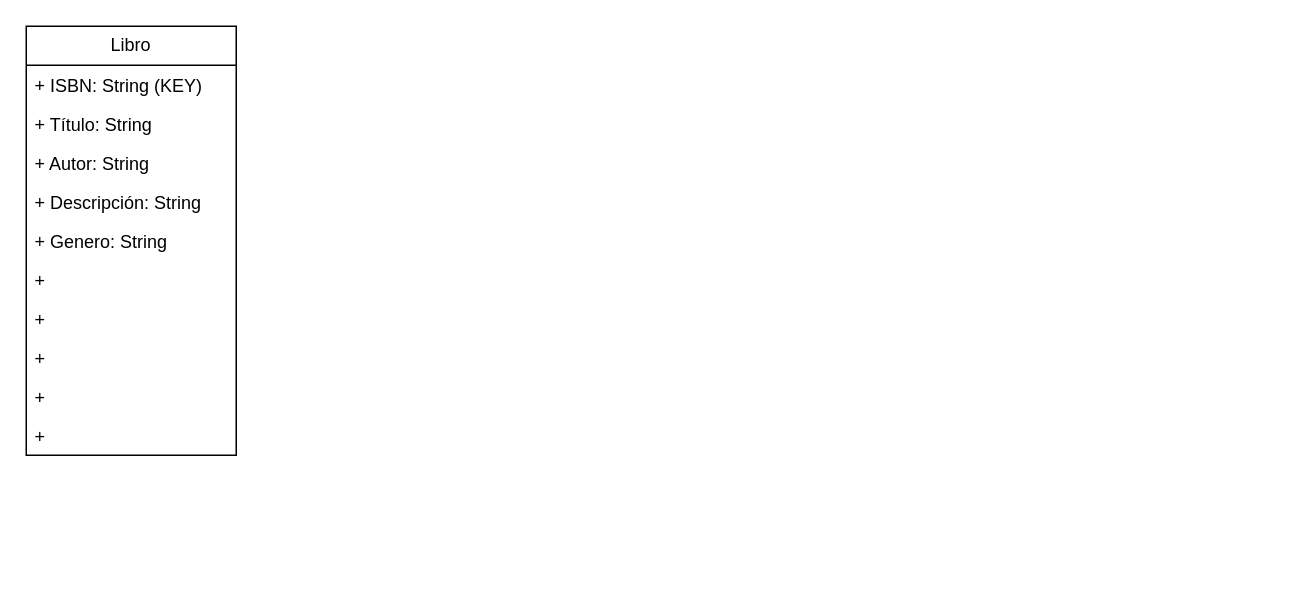
The draw.io diagram diagramaDeClases.drawio in AlbertSchmalbachP/Liberium, before the edit. Source tidied: cells renumbered, new cells numbered last; positions are measured from the earlier drawing's top-left corner, leaving out a move shared by most shapes. Both pictures are drawn from the tidied source at 150%, with x=0, y=0 at pixel (26, 26).
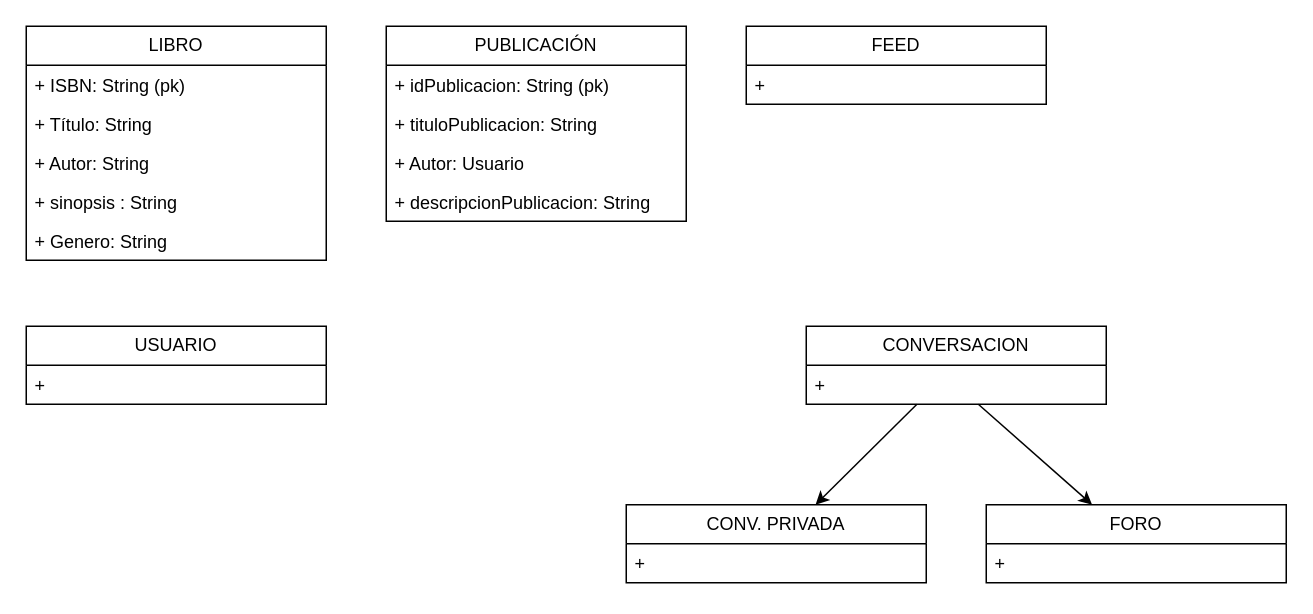
After the change.

Commit message:
añadir posibles futuras entidades al diagrama de clases

The edit, as a diff of the source:
```diff
@@
-    <mxCell id="2" value="Libro" style="swimlane;fontStyle=0;horizontal=1;startSize=26;fillColor=none;whiteSpace=wrap;html=1;" parent="1" vertex="1">
-      <mxGeometry width="140" height="286" as="geometry" />
+    <mxCell id="2" value="LIBRO" style="swimlane;fontStyle=0;horizontal=1;startSize=26;fillColor=none;whiteSpace=wrap;html=1;" parent="1" vertex="1">
+      <mxGeometry width="200" height="156" as="geometry" />
     </mxCell>
-    <mxCell id="3" value="+ ISBN: String (KEY)" style="text;strokeColor=none;fillColor=none;align=left;verticalAlign=top;spacingLeft=4;spacingRight=4;overflow=hidden;whiteSpace=wrap;html=1;" parent="2" vertex="1">
-      <mxGeometry y="26" width="140" height="26" as="geometry" />
+    <mxCell id="3" value="+ ISBN: String (pk)" style="text;strokeColor=none;fillColor=none;align=left;verticalAlign=top;spacingLeft=4;spacingRight=4;overflow=hidden;whiteSpace=wrap;html=1;" parent="2" vertex="1">
+      <mxGeometry y="26" width="200" height="26" as="geometry" />
     </mxCell>
     <mxCell id="4" value="+ Título: String" style="text;strokeColor=none;fillColor=none;align=left;verticalAlign=top;spacingLeft=4;spacingRight=4;overflow=hidden;whiteSpace=wrap;html=1;" parent="2" vertex="1">
-      <mxGeometry y="52" width="140" height="26" as="geometry" />
+      <mxGeometry y="52" width="200" height="26" as="geometry" />
     </mxCell>
     <mxCell id="5" value="+ Autor: String" style="text;strokeColor=none;fillColor=none;align=left;verticalAlign=top;spacingLeft=4;spacingRight=4;overflow=hidden;whiteSpace=wrap;html=1;" parent="2" vertex="1">
-      <mxGeometry y="78" width="140" height="26" as="geometry" />
+      <mxGeometry y="78" width="200" height="26" as="geometry" />
     </mxCell>
-    <mxCell id="6" value="+ Descripción: String" style="text;strokeColor=none;fillColor=none;align=left;verticalAlign=top;spacingLeft=4;spacingRight=4;overflow=hidden;whiteSpace=wrap;html=1;" parent="2" vertex="1">
-      <mxGeometry y="104" width="140" height="26" as="geometry" />
+    <mxCell id="6" value="+ sinopsis : String" style="text;strokeColor=none;fillColor=none;align=left;verticalAlign=top;spacingLeft=4;spacingRight=4;overflow=hidden;whiteSpace=wrap;html=1;" parent="2" vertex="1">
+      <mxGeometry y="104" width="200" height="26" as="geometry" />
     </mxCell>
     <mxCell id="7" value="+ Genero: String" style="text;strokeColor=none;fillColor=none;align=left;verticalAlign=top;spacingLeft=4;spacingRight=4;overflow=hidden;whiteSpace=wrap;html=1;" parent="2" vertex="1">
-      <mxGeometry y="130" width="140" height="26" as="geometry" />
+      <mxGeometry y="130" width="200" height="26" as="geometry" />
     </mxCell>
-    <mxCell id="8" value="+&amp;nbsp;" style="text;strokeColor=none;fillColor=none;align=left;verticalAlign=top;spacingLeft=4;spacingRight=4;overflow=hidden;whiteSpace=wrap;html=1;" parent="2" vertex="1">
-      <mxGeometry y="156" width="140" height="26" as="geometry" />
-    </mxCell>
-    <mxCell id="9" value="+&amp;nbsp;" style="text;strokeColor=none;fillColor=none;align=left;verticalAlign=top;spacingLeft=4;spacingRight=4;overflow=hidden;whiteSpace=wrap;html=1;" parent="2" vertex="1">
-      <mxGeometry y="182" width="140" height="26" as="geometry" />
-    </mxCell>
-    <mxCell id="10" value="+&amp;nbsp;" style="text;strokeColor=none;fillColor=none;align=left;verticalAlign=top;spacingLeft=4;spacingRight=4;overflow=hidden;whiteSpace=wrap;html=1;" parent="2" vertex="1">
-      <mxGeometry y="208" width="140" height="26" as="geometry" />
-    </mxCell>
-    <mxCell id="11" value="+&amp;nbsp;" style="text;strokeColor=none;fillColor=none;align=left;verticalAlign=top;spacingLeft=4;spacingRight=4;overflow=hidden;whiteSpace=wrap;html=1;" parent="2" vertex="1">
-      <mxGeometry y="234" width="140" height="26" as="geometry" />
-    </mxCell>
-    <mxCell id="12" value="+&amp;nbsp;" style="text;strokeColor=none;fillColor=none;align=left;verticalAlign=top;spacingLeft=4;spacingRight=4;overflow=hidden;whiteSpace=wrap;html=1;" parent="2" vertex="1">
-      <mxGeometry y="260" width="140" height="26" as="geometry" />
-    </mxCell>
+    <mxCell id="13" value="PUBLICACIÓN" style="swimlane;fontStyle=0;horizontal=1;startSize=26;fillColor=none;whiteSpace=wrap;html=1;" parent="1" vertex="1">
+      <mxGeometry x="240" width="200" height="130" as="geometry" />
+    </mxCell>
+    <mxCell id="14" value="+ idPublicacion: String (pk)" style="text;strokeColor=none;fillColor=none;align=left;verticalAlign=top;spacingLeft=4;spacingRight=4;overflow=hidden;whiteSpace=wrap;html=1;" parent="13" vertex="1">
+      <mxGeometry y="26" width="200" height="26" as="geometry" />
+    </mxCell>
+    <mxCell id="15" value="+ tituloPublicacion: String" style="text;strokeColor=none;fillColor=none;align=left;verticalAlign=top;spacingLeft=4;spacingRight=4;overflow=hidden;whiteSpace=wrap;html=1;" parent="13" vertex="1">
+      <mxGeometry y="52" width="200" height="26" as="geometry" />
+    </mxCell>
+    <mxCell id="16" value="+ Autor: Usuario" style="text;strokeColor=none;fillColor=none;align=left;verticalAlign=top;spacingLeft=4;spacingRight=4;overflow=hidden;whiteSpace=wrap;html=1;" parent="13" vertex="1">
+      <mxGeometry y="78" width="200" height="26" as="geometry" />
+    </mxCell>
+    <mxCell id="17" value="+ descripcionPublicacion: String" style="text;strokeColor=none;fillColor=none;align=left;verticalAlign=top;spacingLeft=4;spacingRight=4;overflow=hidden;whiteSpace=wrap;html=1;" parent="13" vertex="1">
+      <mxGeometry y="104" width="200" height="26" as="geometry" />
+    </mxCell>
+    <mxCell id="18" value="USUARIO" style="swimlane;fontStyle=0;horizontal=1;startSize=26;fillColor=none;whiteSpace=wrap;html=1;" parent="1" vertex="1">
+      <mxGeometry y="200" width="200" height="52" as="geometry" />
+    </mxCell>
+    <mxCell id="19" value="+&amp;nbsp;" style="text;strokeColor=none;fillColor=none;align=left;verticalAlign=top;spacingLeft=4;spacingRight=4;overflow=hidden;whiteSpace=wrap;html=1;" parent="18" vertex="1">
+      <mxGeometry y="26" width="200" height="26" as="geometry" />
+    </mxCell>
+    <mxCell id="20" style="edgeStyle=none;html=1;" parent="1" edge="1" source="21" target="23">
+      <mxGeometry relative="1" as="geometry" />
+    </mxCell>
+    <mxCell id="21" value="CONVERSACION" style="swimlane;fontStyle=0;horizontal=1;startSize=26;fillColor=none;whiteSpace=wrap;html=1;" parent="1" vertex="1">
+      <mxGeometry x="520" y="200" width="200" height="52" as="geometry" />
+    </mxCell>
+    <mxCell id="22" value="+&amp;nbsp;" style="text;strokeColor=none;fillColor=none;align=left;verticalAlign=top;spacingLeft=4;spacingRight=4;overflow=hidden;points=[[0,0.5],[1,0.5]];portConstraint=eastwest;whiteSpace=wrap;html=1;" parent="21" vertex="1">
+      <mxGeometry y="26" width="200" height="26" as="geometry" />
+    </mxCell>
+    <mxCell id="23" value="CONV. PRIVADA" style="swimlane;fontStyle=0;horizontal=1;startSize=26;fillColor=none;whiteSpace=wrap;html=1;" parent="1" vertex="1">
+      <mxGeometry x="400" y="319" width="200" height="52" as="geometry" />
+    </mxCell>
+    <mxCell id="24" value="+&amp;nbsp;" style="text;strokeColor=none;fillColor=none;align=left;verticalAlign=top;spacingLeft=4;spacingRight=4;overflow=hidden;whiteSpace=wrap;html=1;" parent="23" vertex="1">
+      <mxGeometry y="26" width="200" height="26" as="geometry" />
+    </mxCell>
+    <mxCell id="25" value="FORO" style="swimlane;fontStyle=0;horizontal=1;startSize=26;fillColor=none;whiteSpace=wrap;html=1;" parent="1" vertex="1">
+      <mxGeometry x="640" y="319" width="200" height="52" as="geometry" />
+    </mxCell>
+    <mxCell id="26" value="+&amp;nbsp;" style="text;strokeColor=none;fillColor=none;align=left;verticalAlign=top;spacingLeft=4;spacingRight=4;overflow=hidden;whiteSpace=wrap;html=1;" parent="25" vertex="1">
+      <mxGeometry y="26" width="200" height="26" as="geometry" />
+    </mxCell>
+    <mxCell id="27" style="edgeStyle=none;html=1;" parent="1" edge="1" source="22" target="25">
+      <mxGeometry relative="1" as="geometry" />
+    </mxCell>
+    <mxCell id="28" value="FEED" style="swimlane;fontStyle=0;horizontal=1;startSize=26;fillColor=none;whiteSpace=wrap;html=1;" parent="1" vertex="1">
+      <mxGeometry x="480" width="200" height="52" as="geometry" />
+    </mxCell>
+    <mxCell id="29" value="+" style="text;strokeColor=none;fillColor=none;align=left;verticalAlign=top;spacingLeft=4;spacingRight=4;overflow=hidden;whiteSpace=wrap;html=1;" parent="28" vertex="1">
+      <mxGeometry y="26" width="200" height="26" as="geometry" />
+    </mxCell>
```
